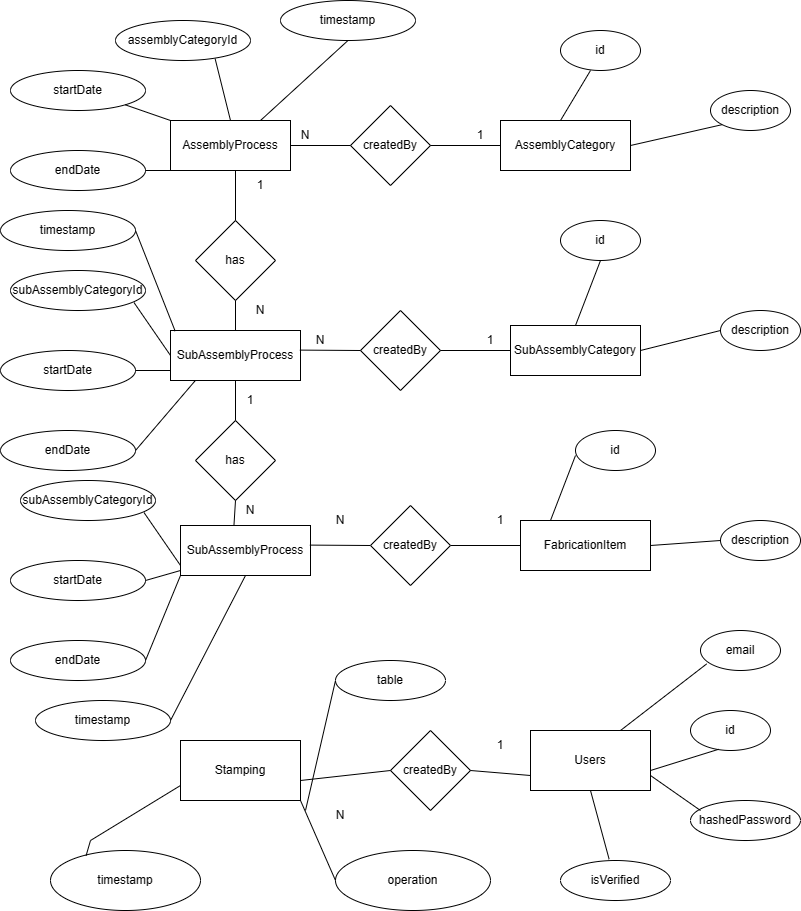
This is er_diagram_sc.png from Abhishek-K-S/Aerothon_5.0, a draw.io export, as it was before one commit. Source tidied: cells renumbered, new cells last; positions are measured from the earlier drawing's top-left corner, leaving out a move shared by most shapes. The source it was exported from:
```xml
<mxGraphModel>
  <root>
    <mxCell id="0" />
    <mxCell id="1" parent="0" />
    <mxCell id="2" value="AssemblyProcess" style="rounded=0;whiteSpace=wrap;html=1;" parent="1" vertex="1">
      <mxGeometry x="170" y="120" width="120" height="50" as="geometry" />
    </mxCell>
    <mxCell id="3" value="AssemblyCategory" style="rounded=0;whiteSpace=wrap;html=1;" parent="1" vertex="1">
      <mxGeometry x="500" y="120" width="130" height="50" as="geometry" />
    </mxCell>
    <mxCell id="4" style="rhombus;whiteSpace=wrap;html=1;" parent="1" vertex="1">
      <mxGeometry x="350" y="105" width="80" height="80" as="geometry" />
    </mxCell>
    <mxCell id="5" style="endArrow=none;html=1;rounded=0;entryX=0;entryY=0.5;entryDx=0;entryDy=0;" parent="1" edge="1" target="3">
      <mxGeometry relative="1" as="geometry">
        <mxPoint x="430" y="145" as="sourcePoint" />
      </mxGeometry>
    </mxCell>
    <mxCell id="6" style="endArrow=none;html=1;rounded=0;exitX=1;exitY=0.5;exitDx=0;exitDy=0;entryX=0;entryY=0.5;entryDx=0;entryDy=0;" parent="1" edge="1" source="2" target="4">
      <mxGeometry relative="1" as="geometry" />
    </mxCell>
    <mxCell id="7" value="SubAssemblyProcess" style="rounded=0;whiteSpace=wrap;html=1;" parent="1" vertex="1">
      <mxGeometry x="170" y="330" width="130" height="50" as="geometry" />
    </mxCell>
    <mxCell id="8" value="has" style="rhombus;whiteSpace=wrap;html=1;" parent="1" vertex="1">
      <mxGeometry x="195" y="220" width="80" height="80" as="geometry" />
    </mxCell>
    <mxCell id="9" value="createdBy" style="text;html=1;strokeColor=none;fillColor=none;align=center;verticalAlign=middle;whiteSpace=wrap;rounded=0;" parent="1" vertex="1">
      <mxGeometry x="360" y="130" width="60" height="30" as="geometry" />
    </mxCell>
    <mxCell id="10" style="endArrow=none;html=1;rounded=0;exitX=0.5;exitY=0;exitDx=0;exitDy=0;" parent="1" edge="1" source="8">
      <mxGeometry relative="1" as="geometry">
        <mxPoint x="235" y="170" as="targetPoint" />
      </mxGeometry>
    </mxCell>
    <mxCell id="11" style="endArrow=none;html=1;rounded=0;exitX=0.5;exitY=0;exitDx=0;exitDy=0;" parent="1" edge="1" source="7">
      <mxGeometry relative="1" as="geometry">
        <mxPoint x="235" y="300" as="targetPoint" />
      </mxGeometry>
    </mxCell>
    <mxCell id="12" value="SubAssemblyCategory" style="rounded=0;whiteSpace=wrap;html=1;" parent="1" vertex="1">
      <mxGeometry x="510" y="325" width="130" height="50" as="geometry" />
    </mxCell>
    <mxCell id="13" style="rhombus;whiteSpace=wrap;html=1;" parent="1" vertex="1">
      <mxGeometry x="360" y="310" width="80" height="80" as="geometry" />
    </mxCell>
    <mxCell id="14" style="endArrow=none;html=1;rounded=0;entryX=0;entryY=0.5;entryDx=0;entryDy=0;" parent="1" edge="1" target="12">
      <mxGeometry relative="1" as="geometry">
        <mxPoint x="440" y="350" as="sourcePoint" />
      </mxGeometry>
    </mxCell>
    <mxCell id="15" value="createdBy" style="text;html=1;strokeColor=none;fillColor=none;align=center;verticalAlign=middle;whiteSpace=wrap;rounded=0;" parent="1" vertex="1">
      <mxGeometry x="370" y="335" width="60" height="30" as="geometry" />
    </mxCell>
    <mxCell id="16" style="endArrow=none;html=1;rounded=0;exitX=0.995;exitY=0.392;exitDx=0;exitDy=0;entryX=0;entryY=0.5;entryDx=0;entryDy=0;exitPerimeter=0;" parent="1" edge="1" source="7" target="13">
      <mxGeometry relative="1" as="geometry" />
    </mxCell>
    <mxCell id="17" value="1" style="text;html=1;strokeColor=none;fillColor=none;align=center;verticalAlign=middle;whiteSpace=wrap;rounded=0;" parent="1" vertex="1">
      <mxGeometry x="450" y="120" width="60" height="30" as="geometry" />
    </mxCell>
    <mxCell id="18" value="N" style="text;html=1;strokeColor=none;fillColor=none;align=center;verticalAlign=middle;whiteSpace=wrap;rounded=0;" parent="1" vertex="1">
      <mxGeometry x="275" y="120" width="60" height="30" as="geometry" />
    </mxCell>
    <mxCell id="19" value="1" style="text;html=1;strokeColor=none;fillColor=none;align=center;verticalAlign=middle;whiteSpace=wrap;rounded=0;" parent="1" vertex="1">
      <mxGeometry x="230" y="170" width="60" height="30" as="geometry" />
    </mxCell>
    <mxCell id="20" value="N" style="text;html=1;strokeColor=none;fillColor=none;align=center;verticalAlign=middle;whiteSpace=wrap;rounded=0;" parent="1" vertex="1">
      <mxGeometry x="230" y="295" width="60" height="30" as="geometry" />
    </mxCell>
    <mxCell id="21" value="SubAssemblyProcess" style="rounded=0;whiteSpace=wrap;html=1;" parent="1" vertex="1">
      <mxGeometry x="180" y="525" width="130" height="50" as="geometry" />
    </mxCell>
    <mxCell id="22" value="FabricationItem" style="rounded=0;whiteSpace=wrap;html=1;" parent="1" vertex="1">
      <mxGeometry x="520" y="520" width="130" height="50" as="geometry" />
    </mxCell>
    <mxCell id="23" style="endArrow=none;html=1;rounded=0;entryX=0;entryY=0.5;entryDx=0;entryDy=0;" parent="1" edge="1" target="22">
      <mxGeometry relative="1" as="geometry">
        <mxPoint x="450" y="545" as="sourcePoint" />
      </mxGeometry>
    </mxCell>
    <mxCell id="24" style="endArrow=none;html=1;rounded=0;exitX=0.995;exitY=0.392;exitDx=0;exitDy=0;entryX=0;entryY=0.5;entryDx=0;entryDy=0;exitPerimeter=0;" parent="1" edge="1" source="21">
      <mxGeometry relative="1" as="geometry">
        <mxPoint x="370" y="545" as="targetPoint" />
      </mxGeometry>
    </mxCell>
    <mxCell id="25" value="1" style="text;html=1;strokeColor=none;fillColor=none;align=center;verticalAlign=middle;whiteSpace=wrap;rounded=0;" parent="1" vertex="1">
      <mxGeometry x="220" y="385" width="60" height="30" as="geometry" />
    </mxCell>
    <mxCell id="26" value="has" style="rhombus;whiteSpace=wrap;html=1;" parent="1" vertex="1">
      <mxGeometry x="195" y="420" width="80" height="80" as="geometry" />
    </mxCell>
    <mxCell id="27" style="endArrow=none;html=1;rounded=0;exitX=0.5;exitY=1;exitDx=0;exitDy=0;entryX=0.5;entryY=0;entryDx=0;entryDy=0;" parent="1" edge="1" source="7" target="26">
      <mxGeometry relative="1" as="geometry" />
    </mxCell>
    <mxCell id="28" style="endArrow=none;html=1;rounded=0;exitX=0.5;exitY=1;exitDx=0;exitDy=0;entryX=0.411;entryY=0.005;entryDx=0;entryDy=0;entryPerimeter=0;" parent="1" edge="1" source="26" target="21">
      <mxGeometry relative="1" as="geometry" />
    </mxCell>
    <mxCell id="29" style="rhombus;whiteSpace=wrap;html=1;" parent="1" vertex="1">
      <mxGeometry x="370" y="505" width="80" height="80" as="geometry" />
    </mxCell>
    <mxCell id="30" value="createdBy" style="text;html=1;strokeColor=none;fillColor=none;align=center;verticalAlign=middle;whiteSpace=wrap;rounded=0;" parent="1" vertex="1">
      <mxGeometry x="380" y="530" width="60" height="30" as="geometry" />
    </mxCell>
    <mxCell id="31" value="N" style="text;html=1;strokeColor=none;fillColor=none;align=center;verticalAlign=middle;whiteSpace=wrap;rounded=0;" parent="1" vertex="1">
      <mxGeometry x="220" y="495" width="60" height="30" as="geometry" />
    </mxCell>
    <mxCell id="32" value="id" style="ellipse;whiteSpace=wrap;html=1;" parent="1" vertex="1">
      <mxGeometry x="560" y="30" width="80" height="40" as="geometry" />
    </mxCell>
    <mxCell id="33" style="endArrow=none;html=1;rounded=0;entryX=0.375;entryY=1;entryDx=0;entryDy=0;entryPerimeter=0;" parent="1" edge="1" target="32">
      <mxGeometry relative="1" as="geometry">
        <mxPoint x="560" y="120" as="sourcePoint" />
      </mxGeometry>
    </mxCell>
    <mxCell id="34" value="assemblyCategoryId" style="ellipse;whiteSpace=wrap;html=1;" parent="1" vertex="1">
      <mxGeometry x="115" y="20" width="135" height="40" as="geometry" />
    </mxCell>
    <mxCell id="35" style="endArrow=none;html=1;rounded=0;entryX=0.738;entryY=0.956;entryDx=0;entryDy=0;entryPerimeter=0;exitX=0.5;exitY=0;exitDx=0;exitDy=0;" parent="1" edge="1" source="2" target="34">
      <mxGeometry relative="1" as="geometry" />
    </mxCell>
    <mxCell id="36" value="startDate" style="ellipse;whiteSpace=wrap;html=1;" parent="1" vertex="1">
      <mxGeometry x="10" y="70" width="135" height="40" as="geometry" />
    </mxCell>
    <mxCell id="37" style="endArrow=none;html=1;rounded=0;entryX=1;entryY=1;entryDx=0;entryDy=0;" parent="1" edge="1" target="36">
      <mxGeometry relative="1" as="geometry">
        <mxPoint x="170" y="120" as="sourcePoint" />
      </mxGeometry>
    </mxCell>
    <mxCell id="38" value="endDate" style="ellipse;whiteSpace=wrap;html=1;" parent="1" vertex="1">
      <mxGeometry x="10" y="150" width="135" height="40" as="geometry" />
    </mxCell>
    <mxCell id="39" style="endArrow=none;html=1;rounded=0;entryX=0;entryY=1;entryDx=0;entryDy=0;exitX=1;exitY=0.5;exitDx=0;exitDy=0;" parent="1" edge="1" source="38" target="2">
      <mxGeometry relative="1" as="geometry" />
    </mxCell>
    <mxCell id="40" value="description" style="ellipse;whiteSpace=wrap;html=1;" parent="1" vertex="1">
      <mxGeometry x="710" y="90" width="80" height="40" as="geometry" />
    </mxCell>
    <mxCell id="41" style="endArrow=none;html=1;rounded=0;entryX=0;entryY=1;entryDx=0;entryDy=0;exitX=1;exitY=0.5;exitDx=0;exitDy=0;" parent="1" edge="1" source="3" target="40">
      <mxGeometry relative="1" as="geometry" />
    </mxCell>
    <mxCell id="42" value="1" style="text;html=1;strokeColor=none;fillColor=none;align=center;verticalAlign=middle;whiteSpace=wrap;rounded=0;" parent="1" vertex="1">
      <mxGeometry x="460" y="325" width="60" height="30" as="geometry" />
    </mxCell>
    <mxCell id="43" value="N" style="text;html=1;strokeColor=none;fillColor=none;align=center;verticalAlign=middle;whiteSpace=wrap;rounded=0;" parent="1" vertex="1">
      <mxGeometry x="290" y="325" width="60" height="30" as="geometry" />
    </mxCell>
    <mxCell id="44" value="subAssemblyCategoryId" style="ellipse;whiteSpace=wrap;html=1;" parent="1" vertex="1">
      <mxGeometry x="10" y="270" width="135" height="40" as="geometry" />
    </mxCell>
    <mxCell id="45" style="endArrow=none;html=1;rounded=0;entryX=0.915;entryY=0.803;entryDx=0;entryDy=0;entryPerimeter=0;exitX=0;exitY=0.5;exitDx=0;exitDy=0;" parent="1" edge="1" source="7" target="44">
      <mxGeometry relative="1" as="geometry" />
    </mxCell>
    <mxCell id="46" value="startDate" style="ellipse;whiteSpace=wrap;html=1;" parent="1" vertex="1">
      <mxGeometry y="350" width="135" height="40" as="geometry" />
    </mxCell>
    <mxCell id="47" value="endDate" style="ellipse;whiteSpace=wrap;html=1;" parent="1" vertex="1">
      <mxGeometry y="430" width="135" height="40" as="geometry" />
    </mxCell>
    <mxCell id="48" style="endArrow=none;html=1;rounded=0;entryX=1;entryY=0.5;entryDx=0;entryDy=0;" parent="1" edge="1" target="46">
      <mxGeometry relative="1" as="geometry">
        <mxPoint x="170" y="370" as="sourcePoint" />
      </mxGeometry>
    </mxCell>
    <mxCell id="49" style="endArrow=none;html=1;rounded=0;entryX=1;entryY=0.5;entryDx=0;entryDy=0;exitX=0.189;exitY=1.007;exitDx=0;exitDy=0;exitPerimeter=0;" parent="1" edge="1" source="7" target="47">
      <mxGeometry relative="1" as="geometry" />
    </mxCell>
    <mxCell id="50" value="id" style="ellipse;whiteSpace=wrap;html=1;" parent="1" vertex="1">
      <mxGeometry x="560" y="220" width="80" height="40" as="geometry" />
    </mxCell>
    <mxCell id="51" style="endArrow=none;html=1;rounded=0;exitX=0.5;exitY=0;exitDx=0;exitDy=0;entryX=0.5;entryY=1;entryDx=0;entryDy=0;" parent="1" edge="1" source="12" target="50">
      <mxGeometry relative="1" as="geometry" />
    </mxCell>
    <mxCell id="52" value="description" style="ellipse;whiteSpace=wrap;html=1;" parent="1" vertex="1">
      <mxGeometry x="720" y="310" width="80" height="40" as="geometry" />
    </mxCell>
    <mxCell id="53" style="endArrow=none;html=1;rounded=0;entryX=0;entryY=0.5;entryDx=0;entryDy=0;exitX=1;exitY=0.5;exitDx=0;exitDy=0;" parent="1" edge="1" source="12" target="52">
      <mxGeometry relative="1" as="geometry" />
    </mxCell>
    <mxCell id="54" value="description" style="ellipse;whiteSpace=wrap;html=1;" parent="1" vertex="1">
      <mxGeometry x="720" y="520" width="80" height="40" as="geometry" />
    </mxCell>
    <mxCell id="55" style="endArrow=none;html=1;rounded=0;exitX=1;exitY=0.5;exitDx=0;exitDy=0;" parent="1" edge="1" source="22">
      <mxGeometry relative="1" as="geometry">
        <mxPoint x="720" y="540" as="targetPoint" />
      </mxGeometry>
    </mxCell>
    <mxCell id="56" value="subAssemblyCategoryId" style="ellipse;whiteSpace=wrap;html=1;" parent="1" vertex="1">
      <mxGeometry x="20" y="480" width="135" height="40" as="geometry" />
    </mxCell>
    <mxCell id="57" style="endArrow=none;html=1;rounded=0;entryX=0.915;entryY=0.803;entryDx=0;entryDy=0;entryPerimeter=0;exitX=0;exitY=0.5;exitDx=0;exitDy=0;" parent="1" edge="1" target="56">
      <mxGeometry relative="1" as="geometry">
        <mxPoint x="180" y="565" as="sourcePoint" />
      </mxGeometry>
    </mxCell>
    <mxCell id="58" value="startDate" style="ellipse;whiteSpace=wrap;html=1;" parent="1" vertex="1">
      <mxGeometry x="10" y="560" width="135" height="40" as="geometry" />
    </mxCell>
    <mxCell id="59" value="endDate" style="ellipse;whiteSpace=wrap;html=1;" parent="1" vertex="1">
      <mxGeometry x="10" y="640" width="135" height="40" as="geometry" />
    </mxCell>
    <mxCell id="60" style="endArrow=none;html=1;rounded=0;entryX=1;entryY=0.5;entryDx=0;entryDy=0;" parent="1" edge="1" target="58">
      <mxGeometry relative="1" as="geometry">
        <mxPoint x="180" y="570" as="sourcePoint" />
      </mxGeometry>
    </mxCell>
    <mxCell id="61" style="endArrow=none;html=1;rounded=0;entryX=0;entryY=1;entryDx=0;entryDy=0;" parent="1" edge="1" target="21">
      <mxGeometry relative="1" as="geometry">
        <mxPoint x="145" y="660" as="sourcePoint" />
      </mxGeometry>
    </mxCell>
    <mxCell id="62" value="1" style="text;html=1;strokeColor=none;fillColor=none;align=center;verticalAlign=middle;whiteSpace=wrap;rounded=0;" parent="1" vertex="1">
      <mxGeometry x="470" y="505" width="60" height="30" as="geometry" />
    </mxCell>
    <mxCell id="63" value="N" style="text;html=1;strokeColor=none;fillColor=none;align=center;verticalAlign=middle;whiteSpace=wrap;rounded=0;" parent="1" vertex="1">
      <mxGeometry x="310" y="505" width="60" height="30" as="geometry" />
    </mxCell>
    <mxCell id="64" value="Users" style="rounded=0;whiteSpace=wrap;html=1;" parent="1" vertex="1">
      <mxGeometry x="530" y="730" width="120" height="60" as="geometry" />
    </mxCell>
    <mxCell id="65" value="email" style="ellipse;whiteSpace=wrap;html=1;" parent="1" vertex="1">
      <mxGeometry x="700" y="630" width="80" height="40" as="geometry" />
    </mxCell>
    <mxCell id="66" value="id" style="ellipse;whiteSpace=wrap;html=1;" parent="1" vertex="1">
      <mxGeometry x="690" y="710" width="80" height="40" as="geometry" />
    </mxCell>
    <mxCell id="67" value="hashedPassword" style="ellipse;whiteSpace=wrap;html=1;" parent="1" vertex="1">
      <mxGeometry x="690" y="800" width="110" height="40" as="geometry" />
    </mxCell>
    <mxCell id="68" style="endArrow=none;html=1;rounded=0;entryX=0.077;entryY=0.835;entryDx=0;entryDy=0;entryPerimeter=0;" parent="1" edge="1" target="65">
      <mxGeometry relative="1" as="geometry">
        <mxPoint x="620" y="730" as="sourcePoint" />
      </mxGeometry>
    </mxCell>
    <mxCell id="69" style="endArrow=none;html=1;rounded=0;entryX=0.351;entryY=0.97;entryDx=0;entryDy=0;entryPerimeter=0;" parent="1" edge="1" target="66">
      <mxGeometry relative="1" as="geometry">
        <mxPoint x="650" y="770" as="sourcePoint" />
      </mxGeometry>
    </mxCell>
    <mxCell id="70" style="endArrow=none;html=1;rounded=0;exitX=1;exitY=0.75;exitDx=0;exitDy=0;" parent="1" edge="1" source="64">
      <mxGeometry relative="1" as="geometry">
        <mxPoint x="700" y="810" as="targetPoint" />
      </mxGeometry>
    </mxCell>
    <mxCell id="71" value="isVerified" style="ellipse;whiteSpace=wrap;html=1;" parent="1" vertex="1">
      <mxGeometry x="560" y="860" width="110" height="40" as="geometry" />
    </mxCell>
    <mxCell id="72" style="endArrow=none;html=1;rounded=0;exitX=0.5;exitY=1;exitDx=0;exitDy=0;entryX=0.442;entryY=-0.033;entryDx=0;entryDy=0;entryPerimeter=0;" parent="1" edge="1" source="64" target="71">
      <mxGeometry relative="1" as="geometry" />
    </mxCell>
    <mxCell id="73" value="Stamping" style="rounded=0;whiteSpace=wrap;html=1;" parent="1" vertex="1">
      <mxGeometry x="180" y="740" width="120" height="60" as="geometry" />
    </mxCell>
    <mxCell id="74" value="table" style="ellipse;whiteSpace=wrap;html=1;" parent="1" vertex="1">
      <mxGeometry x="335" y="660" width="110" height="40" as="geometry" />
    </mxCell>
    <mxCell id="75" style="endArrow=none;html=1;rounded=0;entryX=0;entryY=0.5;entryDx=0;entryDy=0;" parent="1" edge="1" target="74">
      <mxGeometry relative="1" as="geometry">
        <mxPoint x="305" y="810" as="sourcePoint" />
      </mxGeometry>
    </mxCell>
    <mxCell id="76" value="operation" style="ellipse;whiteSpace=wrap;html=1;" parent="1" vertex="1">
      <mxGeometry x="335" y="850" width="155" height="60" as="geometry" />
    </mxCell>
    <mxCell id="77" style="endArrow=none;html=1;rounded=0;exitX=0;exitY=0.5;exitDx=0;exitDy=0;entryX=1;entryY=1;entryDx=0;entryDy=0;" parent="1" edge="1" source="76" target="73">
      <mxGeometry relative="1" as="geometry" />
    </mxCell>
    <mxCell id="78" value="createdBy" style="rhombus;whiteSpace=wrap;html=1;" parent="1" vertex="1">
      <mxGeometry x="390" y="730" width="80" height="80" as="geometry" />
    </mxCell>
    <mxCell id="79" style="endArrow=none;html=1;rounded=0;exitX=1;exitY=0.5;exitDx=0;exitDy=0;entryX=0;entryY=0.75;entryDx=0;entryDy=0;" parent="1" edge="1" source="78" target="64">
      <mxGeometry relative="1" as="geometry" />
    </mxCell>
    <mxCell id="80" style="endArrow=none;html=1;rounded=0;entryX=0;entryY=0.5;entryDx=0;entryDy=0;" parent="1" edge="1" target="78">
      <mxGeometry relative="1" as="geometry">
        <mxPoint x="300" y="780" as="sourcePoint" />
      </mxGeometry>
    </mxCell>
    <mxCell id="81" value="1" style="text;html=1;strokeColor=none;fillColor=none;align=center;verticalAlign=middle;whiteSpace=wrap;rounded=0;" parent="1" vertex="1">
      <mxGeometry x="470" y="730" width="60" height="30" as="geometry" />
    </mxCell>
    <mxCell id="82" value="N" style="text;html=1;strokeColor=none;fillColor=none;align=center;verticalAlign=middle;whiteSpace=wrap;rounded=0;" parent="1" vertex="1">
      <mxGeometry x="310" y="800" width="60" height="30" as="geometry" />
    </mxCell>
    <mxCell id="83" value="id" style="ellipse;whiteSpace=wrap;html=1;" parent="1" vertex="1">
      <mxGeometry x="575" y="430" width="80" height="40" as="geometry" />
    </mxCell>
    <mxCell id="84" style="endArrow=none;html=1;rounded=0;exitX=0.5;exitY=0;exitDx=0;exitDy=0;entryX=0.5;entryY=1;entryDx=0;entryDy=0;" parent="1" edge="1">
      <mxGeometry relative="1" as="geometry">
        <mxPoint x="550" y="520" as="sourcePoint" />
        <mxPoint x="575" y="455" as="targetPoint" />
      </mxGeometry>
    </mxCell>
    <mxCell id="85" value="timestamp" style="ellipse;whiteSpace=wrap;html=1;" parent="1" vertex="1">
      <mxGeometry x="50" y="850" width="150" height="60" as="geometry" />
    </mxCell>
    <mxCell id="86" style="endArrow=none;html=1;rounded=0;exitX=0.237;exitY=0.088;exitDx=0;exitDy=0;exitPerimeter=0;entryX=0;entryY=0.75;entryDx=0;entryDy=0;" parent="1" edge="1" source="85" target="73">
      <mxGeometry relative="1" as="geometry">
        <Array as="points">
          <mxPoint x="90" y="840" />
        </Array>
      </mxGeometry>
    </mxCell>
    <mxCell id="87" value="timestamp" style="ellipse;whiteSpace=wrap;html=1;" parent="1" vertex="1">
      <mxGeometry x="280" width="135" height="40" as="geometry" />
    </mxCell>
    <mxCell id="88" style="endArrow=none;html=1;rounded=0;entryX=0.5;entryY=1;entryDx=0;entryDy=0;exitX=0.75;exitY=0;exitDx=0;exitDy=0;" parent="1" edge="1" source="2" target="87">
      <mxGeometry relative="1" as="geometry" />
    </mxCell>
    <mxCell id="89" value="timestamp" style="ellipse;whiteSpace=wrap;html=1;" parent="1" vertex="1">
      <mxGeometry y="210" width="135" height="40" as="geometry" />
    </mxCell>
    <mxCell id="90" style="endArrow=none;html=1;rounded=0;exitX=0.036;exitY=0.013;exitDx=0;exitDy=0;exitPerimeter=0;entryX=1;entryY=0.5;entryDx=0;entryDy=0;" parent="1" edge="1" source="7" target="89">
      <mxGeometry relative="1" as="geometry" />
    </mxCell>
    <mxCell id="91" value="timestamp" style="ellipse;whiteSpace=wrap;html=1;" parent="1" vertex="1">
      <mxGeometry x="35" y="700" width="135" height="40" as="geometry" />
    </mxCell>
    <mxCell id="92" style="endArrow=none;html=1;rounded=0;entryX=0.5;entryY=1;entryDx=0;entryDy=0;exitX=1;exitY=0.5;exitDx=0;exitDy=0;" parent="1" edge="1" source="91" target="21">
      <mxGeometry relative="1" as="geometry" />
    </mxCell>
  </root>
</mxGraphModel>
```
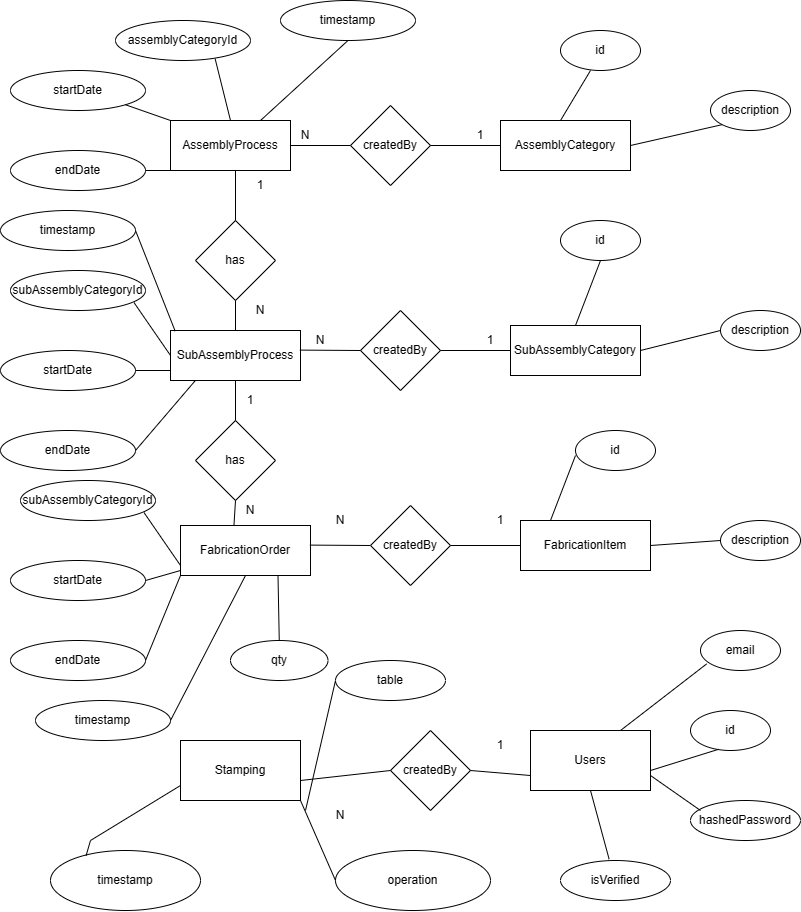
Above is the later version.

What changed in the source:
```diff
@@ -67,7 +67,7 @@
     <mxCell id="20" value="N" style="text;html=1;strokeColor=none;fillColor=none;align=center;verticalAlign=middle;whiteSpace=wrap;rounded=0;" parent="1" vertex="1">
       <mxGeometry x="230" y="295" width="60" height="30" as="geometry" />
     </mxCell>
-    <mxCell id="21" value="SubAssemblyProcess" style="rounded=0;whiteSpace=wrap;html=1;" parent="1" vertex="1">
+    <mxCell id="21" value="FabricationOrder" style="rounded=0;whiteSpace=wrap;html=1;" parent="1" vertex="1">
       <mxGeometry x="180" y="525" width="130" height="50" as="geometry" />
     </mxCell>
     <mxCell id="22" value="FabricationItem" style="rounded=0;whiteSpace=wrap;html=1;" parent="1" vertex="1">
@@ -318,5 +318,11 @@
     <mxCell id="92" style="endArrow=none;html=1;rounded=0;entryX=0.5;entryY=1;entryDx=0;entryDy=0;exitX=1;exitY=0.5;exitDx=0;exitDy=0;" parent="1" edge="1" source="91" target="21">
       <mxGeometry relative="1" as="geometry" />
     </mxCell>
+    <mxCell id="93" value="qty" style="ellipse;whiteSpace=wrap;html=1;" parent="1" vertex="1">
+      <mxGeometry x="230" y="640" width="97.5" height="40" as="geometry" />
+    </mxCell>
+    <mxCell id="94" style="endArrow=none;html=1;rounded=0;entryX=0.5;entryY=0;entryDx=0;entryDy=0;exitX=0.75;exitY=1;exitDx=0;exitDy=0;" parent="1" edge="1" source="21" target="93">
+      <mxGeometry relative="1" as="geometry" />
+    </mxCell>
   </root>
 </mxGraphModel>
```
